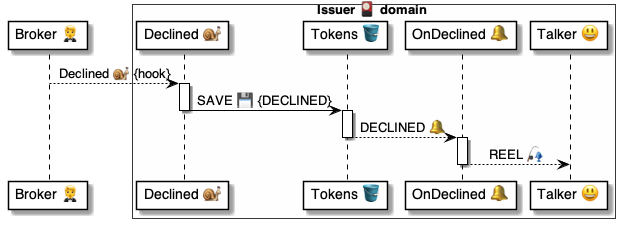
This is 4 ⚙️ Solution/41 🎭 Domain Roles/Issuers 🎴/🎴🪣 Issuer tables/Tokens 🎫 table/🪣🔔 3 Declined/🎴 OnTokenDeclined ⚙️ uml.png from pollyweb-org/pollyweb-docs, a PlantUML export, as it was before one commit. Its source is kept beside it as 4 ⚙️ Solution/41 🎭 Domain Roles/Issuers 🎴/🎴🪣 Issuer tables/Tokens 🎫 table/🪣🔔 3 Declined/🎴 OnTokenDeclined ⚙️ uml.puml.
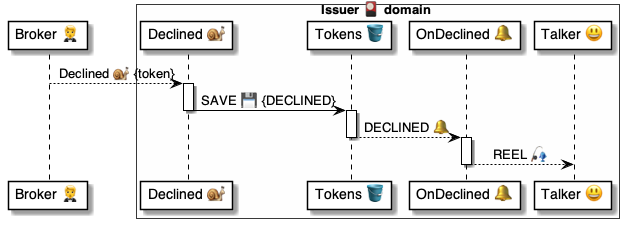
The same file after the commit.

The edit, as a diff of the source:
```diff
@@ -10,7 +10,7 @@
 end box
 
 
-broker --> script: Declined 🐌 {hook}
+broker --> script: Declined 🐌 {token}
 
 activate script
     script -> tokens: SAVE 💾 {DECLINED}
```
